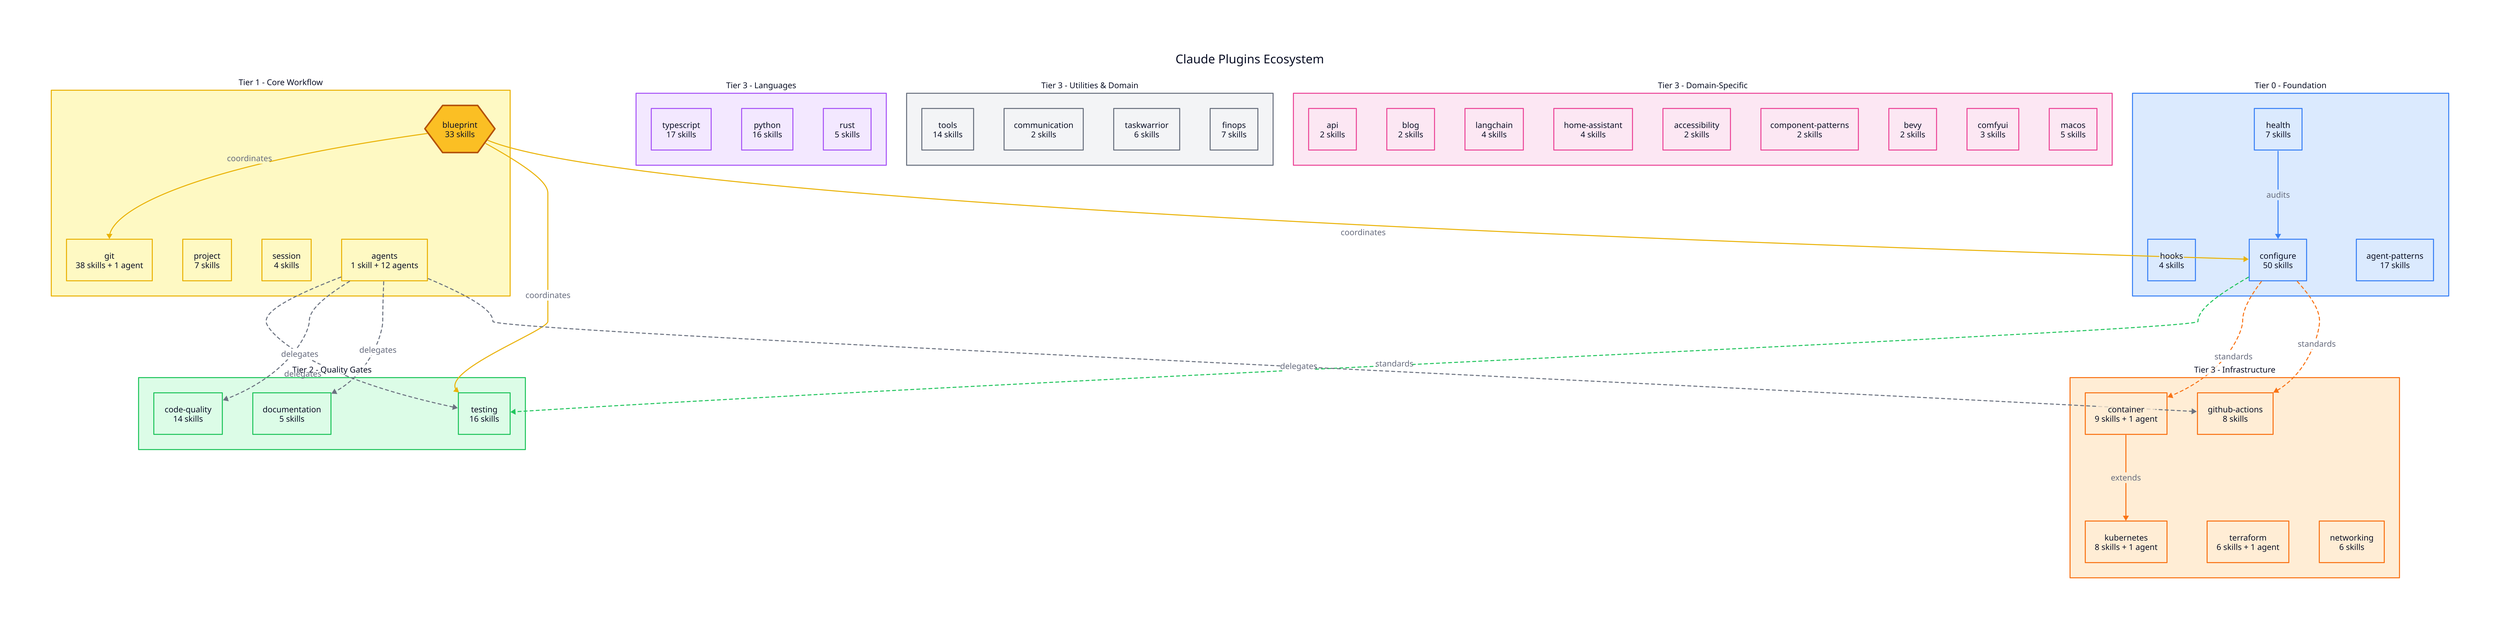
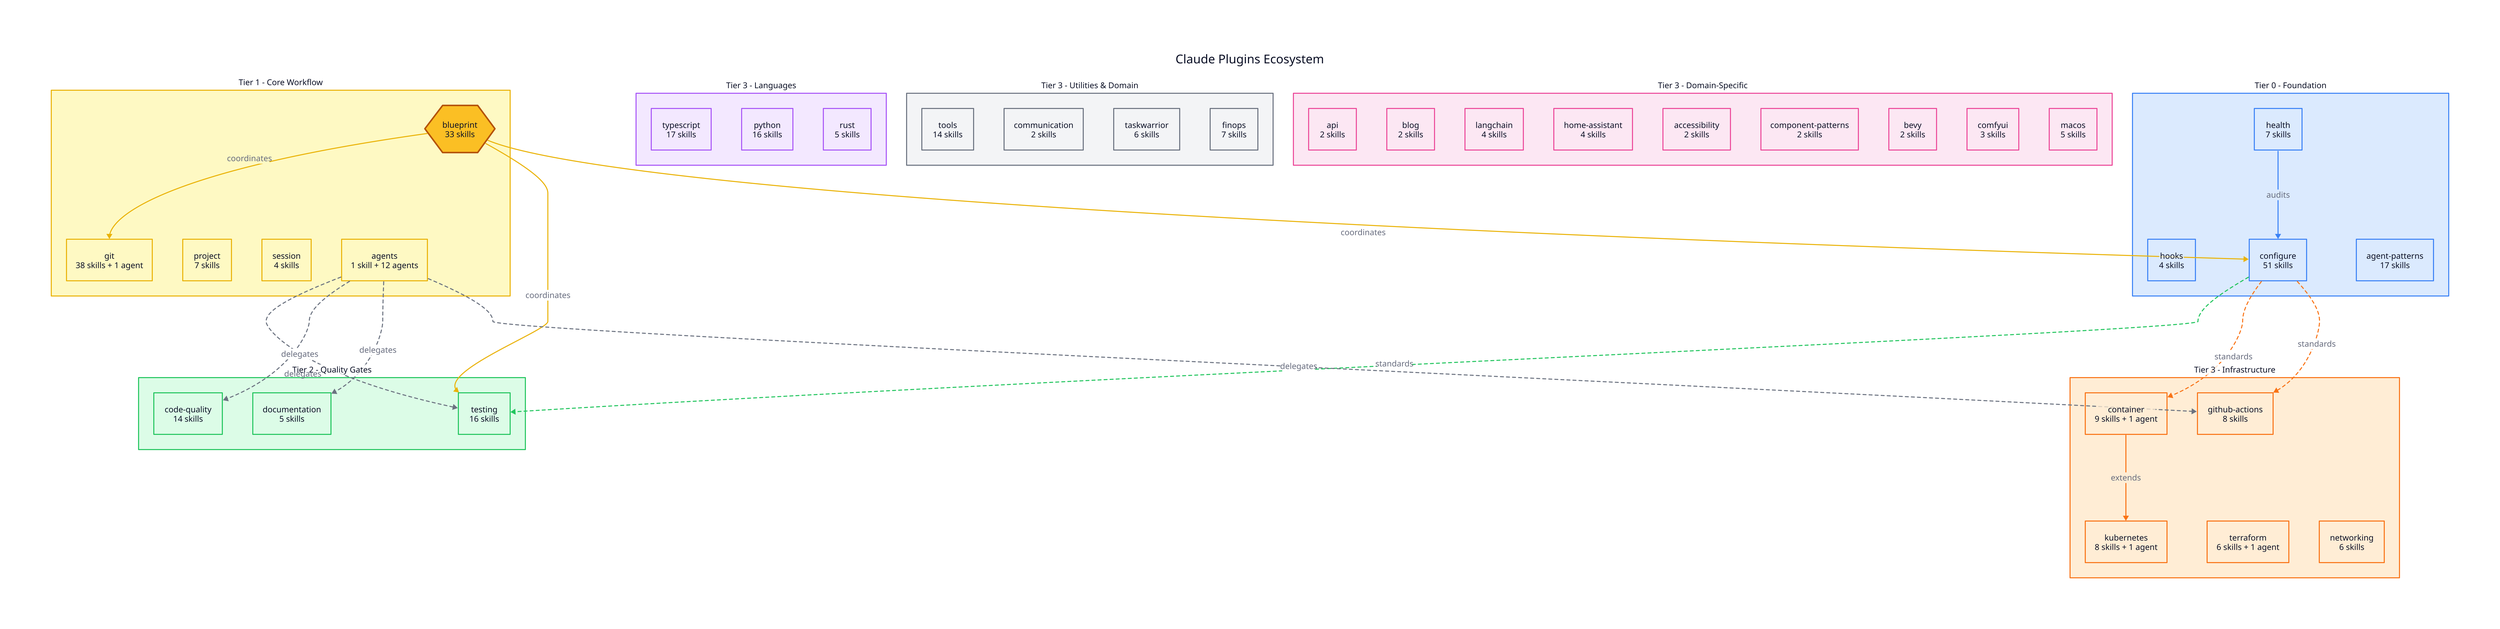
direction: down

title: "Claude Plugins Ecosystem" {
  near: top-center
  shape: text
  style: {
    font-size: 24
    bold: true
  }
}

# === CLASSES ===
classes: {
  foundation: {
    style.fill: "#dbeafe"
    style.stroke: "#3b82f6"
  }
  core: {
    style.fill: "#fef9c3"
    style.stroke: "#eab308"
  }
  quality: {
    style.fill: "#dcfce7"
    style.stroke: "#22c55e"
  }
  language: {
    style.fill: "#f3e8ff"
    style.stroke: "#a855f7"
  }
  infra: {
    style.fill: "#ffedd5"
    style.stroke: "#f97316"
  }
  utility: {
    style.fill: "#f3f4f6"
    style.stroke: "#6b7280"
  }
  domain: {
    style.fill: "#fce7f3"
    style.stroke: "#ec4899"
  }
}

# === TIER 0: FOUNDATION ===
foundation: {
  label: "Tier 0 - Foundation"
  class: foundation
  style.font-size: 16
  style.bold: true

  health: {
    label: "health\n7 skills"
    shape: rectangle
    class: foundation
  }
  hooks: {
    label: "hooks\n4 skills"
    shape: rectangle
    class: foundation
  }
  configure: {
-     label: "configure\n50 skills"
+     label: "configure\n51 skills"
    shape: rectangle
    class: foundation
  }
  agent-patterns: {
    label: "agent-patterns\n17 skills"
    shape: rectangle
    class: foundation
  }
}

# === TIER 1: CORE WORKFLOW ===
core: {
  label: "Tier 1 - Core Workflow"
  class: core
  style.font-size: 16
  style.bold: true

  blueprint: {
    label: "blueprint\n33 skills"
    shape: hexagon
    style.fill: "#fbbf24"
    style.stroke: "#b45309"
    style.stroke-width: 3
  }
  git: {
    label: "git\n38 skills + 1 agent"
    shape: rectangle
    class: core
  }
  project: {
    label: "project\n7 skills"
    shape: rectangle
    class: core
  }
  session: {
    label: "session\n4 skills"
    shape: rectangle
    class: core
  }
  agents: {
    label: "agents\n1 skill + 12 agents"
    shape: rectangle
    class: core
  }
}

# === TIER 2: QUALITY GATES ===
quality: {
  label: "Tier 2 - Quality Gates"
  class: quality
  style.font-size: 16
  style.bold: true

  testing: {
    label: "testing\n16 skills"
    shape: rectangle
    class: quality
  }
  code-quality: {
    label: "code-quality\n14 skills"
    shape: rectangle
    class: quality
  }
  documentation: {
    label: "documentation\n5 skills"
    shape: rectangle
    class: quality
  }
}

# === TIER 3: LANGUAGE ===
language: {
  label: "Tier 3 - Languages"
  class: language
  style.font-size: 16
  style.bold: true

  typescript: {
    label: "typescript\n17 skills"
    shape: rectangle
    class: language
  }
  python: {
    label: "python\n16 skills"
    shape: rectangle
    class: language
  }
  rust: {
    label: "rust\n5 skills"
    shape: rectangle
    class: language
  }
}

# === TIER 3: INFRASTRUCTURE ===
infra: {
  label: "Tier 3 - Infrastructure"
  class: infra
  style.font-size: 16
  style.bold: true

  container: {
    label: "container\n9 skills + 1 agent"
    shape: rectangle
    class: infra
  }
  kubernetes: {
    label: "kubernetes\n8 skills + 1 agent"
    shape: rectangle
    class: infra
  }
  terraform: {
    label: "terraform\n6 skills + 1 agent"
    shape: rectangle
    class: infra
  }
  github-actions: {
    label: "github-actions\n8 skills"
    shape: rectangle
    class: infra
  }
  networking: {
    label: "networking\n6 skills"
    shape: rectangle
    class: infra
  }
}

# === TIER 3: UTILITIES & DOMAIN ===
utilities: {
  label: "Tier 3 - Utilities & Domain"
  class: utility
  style.font-size: 16
  style.bold: true

  tools: {
    label: "tools\n14 skills"
    shape: rectangle
    class: utility
  }
  communication: {
    label: "communication\n2 skills"
    shape: rectangle
    class: utility
  }
  taskwarrior: {
    label: "taskwarrior\n6 skills"
    shape: rectangle
    class: utility
  }
  finops: {
    label: "finops\n7 skills"
    shape: rectangle
    class: utility
  }
}

domain: {
  label: "Tier 3 - Domain-Specific"
  class: domain
  style.font-size: 16
  style.bold: true

  api: {
    label: "api\n2 skills"
    shape: rectangle
    class: domain
  }
  blog: {
    label: "blog\n2 skills"
    shape: rectangle
    class: domain
  }
  langchain: {
    label: "langchain\n4 skills"
    shape: rectangle
    class: domain
  }
  home-assistant: {
    label: "home-assistant\n4 skills"
    shape: rectangle
    class: domain
  }
  accessibility: {
    label: "accessibility\n2 skills"
    shape: rectangle
    class: domain
  }
  component-patterns: {
    label: "component-patterns\n2 skills"
    shape: rectangle
    class: domain
  }
  bevy: {
    label: "bevy\n2 skills"
    shape: rectangle
    class: domain
  }
  comfyui: {
    label: "comfyui\n3 skills"
    shape: rectangle
    class: domain
  }
  macos: {
    label: "macos\n5 skills"
    shape: rectangle
    class: domain
  }
}

# === RELATIONSHIPS ===

# Foundation flows
foundation.health -> foundation.configure: "audits" {
  style.stroke: "#3b82f6"
}

# Configure provides standards for
foundation.configure -> quality.testing: "standards" {
  style.stroke: "#22c55e"
  style.stroke-dash: 3
}
foundation.configure -> infra.container: "standards" {
  style.stroke: "#f97316"
  style.stroke-dash: 3
}
foundation.configure -> infra.github-actions: "standards" {
  style.stroke: "#f97316"
  style.stroke-dash: 3
}

# Blueprint coordinates
core.blueprint -> core.git: "coordinates" {
  style.stroke: "#eab308"
}
core.blueprint -> quality.testing: "coordinates" {
  style.stroke: "#eab308"
}
core.blueprint -> foundation.configure: "coordinates" {
  style.stroke: "#eab308"
}

# Agents delegate to
core.agents -> quality.testing: "delegates" {
  style.stroke: "#6b7280"
  style.stroke-dash: 3
}
core.agents -> quality.code-quality: "delegates" {
  style.stroke: "#6b7280"
  style.stroke-dash: 3
}
core.agents -> quality.documentation: "delegates" {
  style.stroke: "#6b7280"
  style.stroke-dash: 3
}
core.agents -> infra.github-actions: "delegates" {
  style.stroke: "#6b7280"
  style.stroke-dash: 3
}

# Infrastructure extends
infra.container -> infra.kubernetes: "extends" {
  style.stroke: "#f97316"
}
